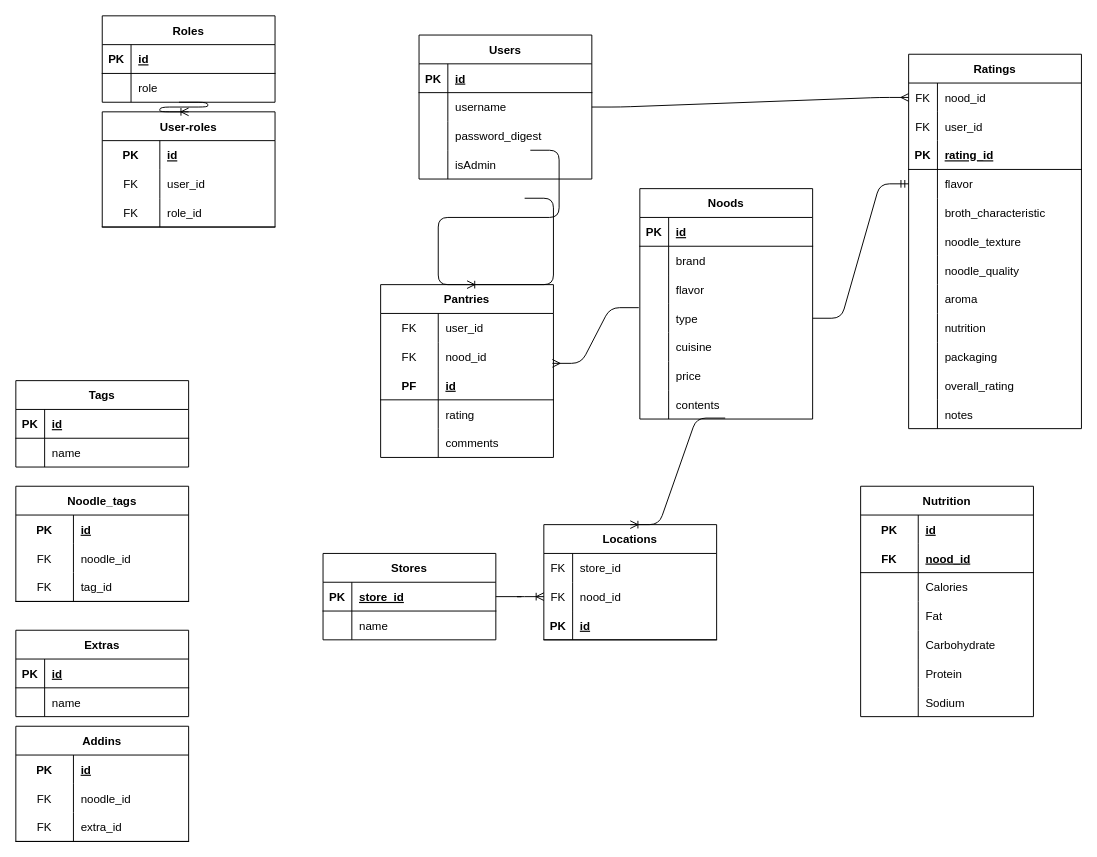
LorenaCueva/TastyNoods keeps this draw.io diagram as ERD.drawio. Above is the earlier version. Source tidied: cells renumbered, new cells numbered last; positions are measured from the earlier drawing's top-left corner, leaving out a move shared by most shapes. Both pictures are drawn from the tidied source at 96%, with x=0, y=0 at pixel (15, 15).
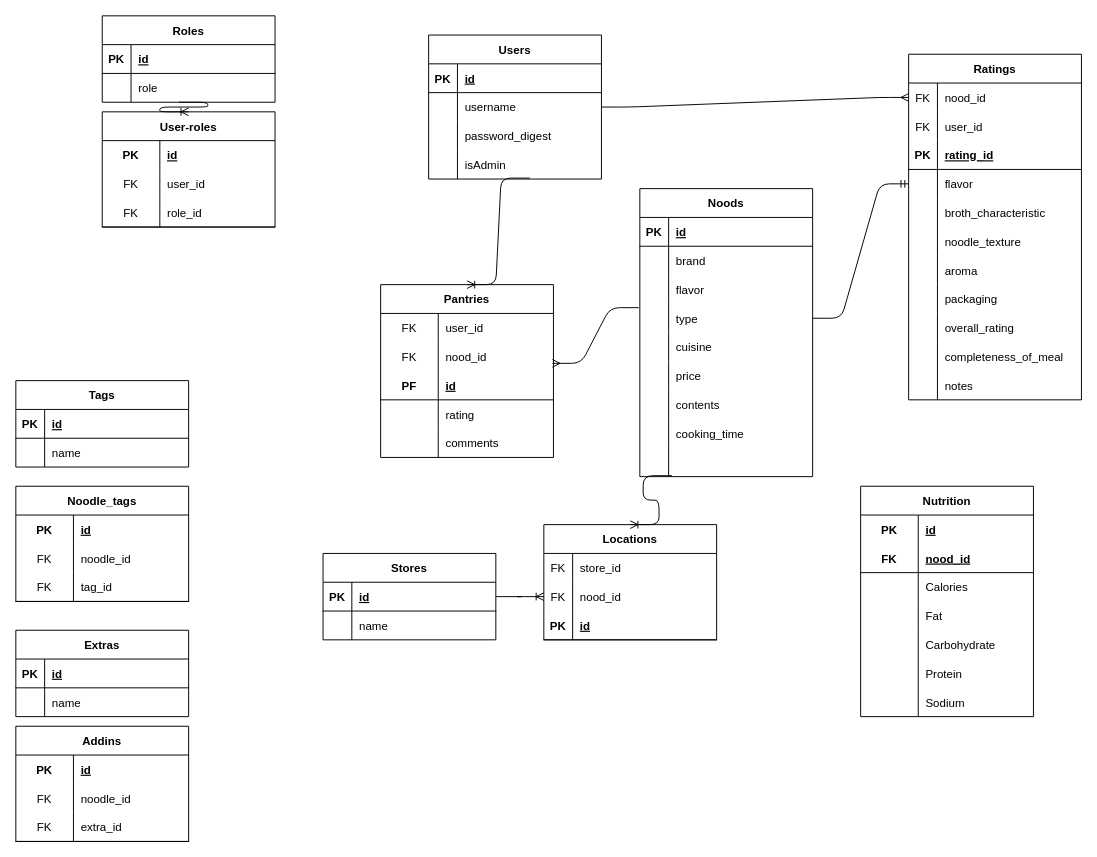
The same page after the edit.

The change refers to these unchanged cells:
```xml
<mxCell id="9" style="shape=tableRow;horizontal=0;startSize=0;swimlaneHead=0;swimlaneBody=0;fillColor=none;points=[[0,0.5],[1,0.5]];portConstraint=eastwest;top=0;left=0;right=0;bottom=0;" parent="2" vertex="1">
  <mxGeometry y="90" width="180" height="30" as="geometry" />
</mxCell>
<mxCell id="12" style="shape=tableRow;horizontal=0;startSize=0;swimlaneHead=0;swimlaneBody=0;fillColor=none;points=[[0,0.5],[1,0.5]];portConstraint=eastwest;top=0;left=0;right=0;bottom=0;" parent="2" vertex="1">
  <mxGeometry y="120" width="180" height="30" as="geometry" />
</mxCell>
<mxCell id="34" style="shape=tableRow;horizontal=0;startSize=0;swimlaneHead=0;swimlaneBody=0;fillColor=none;points=[[0,0.5],[1,0.5]];portConstraint=eastwest;top=0;left=0;right=0;bottom=0;" parent="15" vertex="1">
  <mxGeometry y="210" width="180" height="30" as="geometry" />
</mxCell>
<mxCell id="75" style="shape=tableRow;horizontal=0;startSize=0;swimlaneHead=0;swimlaneBody=0;fillColor=none;points=[[0,0.5],[1,0.5]];portConstraint=eastwest;top=0;left=0;right=0;bottom=1;" parent="74" vertex="1">
  <mxGeometry y="30" width="180" height="30" as="geometry" />
</mxCell>
<mxCell id="81" value="Locations" style="shape=table;startSize=30;childLayout=tableLayout;rowLines=0;fontStyle=1;align=center;" parent="1" vertex="1">
  <mxGeometry x="550" y="530" width="180" height="120" as="geometry" />
</mxCell>
<mxCell id="91" value="Pantries" style="shape=table;startSize=30;childLayout=tableLayout;rowLines=0;fontStyle=1;align=center;" parent="1" vertex="1">
  <mxGeometry x="380" y="280" width="180" height="180" as="geometry" />
</mxCell>
```

The edit, as a diff of the source:
```diff
@@
     <mxCell id="2" value="Users" style="shape=table;startSize=30;childLayout=tableLayout;rowLines=0;fontStyle=1;align=center;" parent="1" vertex="1">
-      <mxGeometry x="420" y="20" width="180" height="150" as="geometry" />
+      <mxGeometry x="430" y="20" width="180" height="150" as="geometry" />
     </mxCell>
@@
     <mxCell id="15" value="Noods" style="shape=table;startSize=30;childLayout=tableLayout;rowLines=0;fontStyle=1;align=center;" parent="1" vertex="1">
-      <mxGeometry x="650" y="180" width="180" height="240" as="geometry" />
+      <mxGeometry x="650" y="180" width="180" height="300" as="geometry" />
     </mxCell>
@@
+    <mxCell id="190" style="shape=tableRow;horizontal=0;startSize=0;swimlaneHead=0;swimlaneBody=0;fillColor=none;top=0;left=0;right=0;bottom=0;" parent="15" vertex="1">
+      <mxGeometry y="240" width="180" height="30" as="geometry" />
+    </mxCell>
+    <mxCell id="191" style="shape=partialRectangle;fillColor=none;top=0;left=0;bottom=0;right=0;overflow=hidden;" parent="190" vertex="1">
+      <mxGeometry width="30" height="30" as="geometry" />
+    </mxCell>
+    <mxCell id="192" value="cooking_time" style="shape=partialRectangle;fillColor=none;top=0;left=0;bottom=0;right=0;align=left;spacingLeft=6;overflow=hidden;" parent="190" vertex="1">
+      <mxGeometry x="30" width="150" height="30" as="geometry" />
+    </mxCell>
+    <mxCell id="62" style="shape=tableRow;horizontal=0;startSize=0;swimlaneHead=0;swimlaneBody=0;fillColor=none;points=[[0,0.5],[1,0.5]];portConstraint=eastwest;top=0;left=0;right=0;bottom=0;" parent="15" vertex="1">
+      <mxGeometry y="270" width="180" height="30" as="geometry" />
+    </mxCell>
+    <mxCell id="193" style="shape=partialRectangle;fillColor=none;top=0;left=0;bottom=0;right=0;overflow=hidden;" parent="62" vertex="1">
+      <mxGeometry width="30" height="30" as="geometry" />
+    </mxCell>
+    <mxCell id="194" style="shape=partialRectangle;fillColor=none;top=0;left=0;bottom=0;right=0;align=left;spacingLeft=6;overflow=hidden;" parent="62" vertex="1">
+      <mxGeometry x="30" width="150" height="30" as="geometry" />
+    </mxCell>
     <mxCell id="37" value="Ratings" style="shape=table;startSize=30;childLayout=tableLayout;rowLines=0;fontStyle=1;align=center;" parent="1" vertex="1">
-      <mxGeometry x="930" y="40" width="180" height="390" as="geometry" />
+      <mxGeometry x="930" y="40" width="180" height="360" as="geometry" />
     </mxCell>
@@
-    <mxCell id="56" style="shape=tableRow;horizontal=0;startSize=0;swimlaneHead=0;swimlaneBody=0;fillColor=none;top=0;left=0;right=0;bottom=0;" parent="37" vertex="1">
-      <mxGeometry y="210" width="180" height="30" as="geometry" />
-    </mxCell>
-    <mxCell id="57" style="shape=partialRectangle;fillColor=none;top=0;left=0;bottom=0;right=0;overflow=hidden;" parent="56" vertex="1">
-      <mxGeometry width="30" height="30" as="geometry" />
-    </mxCell>
-    <mxCell id="58" value="noodle_quality" style="shape=partialRectangle;fillColor=none;top=0;left=0;bottom=0;right=0;align=left;spacingLeft=6;overflow=hidden;" parent="56" vertex="1">
-      <mxGeometry x="30" width="150" height="30" as="geometry" />
-    </mxCell>
     <mxCell id="59" style="shape=tableRow;horizontal=0;startSize=0;swimlaneHead=0;swimlaneBody=0;fillColor=none;top=0;left=0;right=0;bottom=0;" parent="37" vertex="1">
-      <mxGeometry y="240" width="180" height="30" as="geometry" />
+      <mxGeometry y="210" width="180" height="30" as="geometry" />
     </mxCell>
@@
-    <mxCell id="62" style="shape=tableRow;horizontal=0;startSize=0;swimlaneHead=0;swimlaneBody=0;fillColor=none;points=[[0,0.5],[1,0.5]];portConstraint=eastwest;top=0;left=0;right=0;bottom=0;" parent="37" vertex="1">
-      <mxGeometry y="270" width="180" height="30" as="geometry" />
-    </mxCell>
-    <mxCell id="63" style="shape=partialRectangle;fillColor=none;top=0;left=0;bottom=0;right=0;overflow=hidden;" parent="62" vertex="1">
-      <mxGeometry width="30" height="30" as="geometry" />
-    </mxCell>
-    <mxCell id="64" value="nutrition" style="shape=partialRectangle;fillColor=none;top=0;left=0;bottom=0;right=0;align=left;spacingLeft=6;overflow=hidden;" parent="62" vertex="1">
-      <mxGeometry x="30" width="150" height="30" as="geometry" />
-    </mxCell>
     <mxCell id="65" style="shape=tableRow;horizontal=0;startSize=0;swimlaneHead=0;swimlaneBody=0;fillColor=none;top=0;left=0;right=0;bottom=0;" parent="37" vertex="1">
-      <mxGeometry y="300" width="180" height="30" as="geometry" />
+      <mxGeometry y="240" width="180" height="30" as="geometry" />
     </mxCell>
@@
     <mxCell id="68" style="shape=tableRow;horizontal=0;startSize=0;swimlaneHead=0;swimlaneBody=0;fillColor=none;top=0;left=0;right=0;bottom=0;" parent="37" vertex="1">
-      <mxGeometry y="330" width="180" height="30" as="geometry" />
+      <mxGeometry y="270" width="180" height="30" as="geometry" />
     </mxCell>
@@
+    <mxCell id="195" style="shape=tableRow;horizontal=0;startSize=0;swimlaneHead=0;swimlaneBody=0;fillColor=none;top=0;left=0;right=0;bottom=0;" parent="37" vertex="1">
+      <mxGeometry y="300" width="180" height="30" as="geometry" />
+    </mxCell>
+    <mxCell id="196" style="shape=partialRectangle;fillColor=none;top=0;left=0;bottom=0;right=0;overflow=hidden;" parent="195" vertex="1">
+      <mxGeometry width="30" height="30" as="geometry" />
+    </mxCell>
+    <mxCell id="197" value="completeness_of_meal" style="shape=partialRectangle;fillColor=none;top=0;left=0;bottom=0;right=0;align=left;spacingLeft=6;overflow=hidden;" parent="195" vertex="1">
+      <mxGeometry x="30" width="150" height="30" as="geometry" />
+    </mxCell>
     <mxCell id="71" style="shape=tableRow;horizontal=0;startSize=0;swimlaneHead=0;swimlaneBody=0;fillColor=none;top=0;left=0;right=0;bottom=0;" parent="37" vertex="1">
-      <mxGeometry y="360" width="180" height="30" as="geometry" />
+      <mxGeometry y="330" width="180" height="30" as="geometry" />
     </mxCell>
@@
-    <mxCell id="77" value="store_id" style="shape=partialRectangle;fillColor=none;top=0;left=0;bottom=0;right=0;align=left;spacingLeft=6;fontStyle=5;overflow=hidden;" parent="75" vertex="1">
+    <mxCell id="77" value="id" style="shape=partialRectangle;fillColor=none;top=0;left=0;bottom=0;right=0;align=left;spacingLeft=6;fontStyle=5;overflow=hidden;" parent="75" vertex="1">
       <mxGeometry x="30" width="150" height="30" as="geometry" />
     </mxCell>
@@
-    <mxCell id="125" style="edgeStyle=entityRelationEdgeStyle;fontSize=12;html=1;endArrow=ERoneToMany;exitX=0.644;exitY=1;exitDx=0;exitDy=0;exitPerimeter=0;entryX=0.5;entryY=0;entryDx=0;entryDy=0;startArrow=none;" parent="1" edge="1" target="91">
-      <mxGeometry relative="1" as="geometry">
-        <mxPoint x="530" y="190" as="sourcePoint" />
-      </mxGeometry>
+    <mxCell id="125" style="edgeStyle=entityRelationEdgeStyle;fontSize=12;html=1;endArrow=ERoneToMany;exitX=0.586;exitY=0.967;exitDx=0;exitDy=0;exitPerimeter=0;entryX=0.5;entryY=0;entryDx=0;entryDy=0;startArrow=none;" parent="1" edge="1" source="12" target="91">
+      <mxGeometry relative="1" as="geometry" />
     </mxCell>
@@
-    <mxCell id="127" style="edgeStyle=entityRelationEdgeStyle;fontSize=12;html=1;endArrow=ERoneToMany;entryX=0.5;entryY=0;entryDx=0;entryDy=0;exitX=0.494;exitY=0.967;exitDx=0;exitDy=0;exitPerimeter=0;" parent="1" edge="1" source="34" target="81">
+    <mxCell id="127" style="edgeStyle=entityRelationEdgeStyle;fontSize=12;html=1;endArrow=ERoneToMany;entryX=0.5;entryY=0;entryDx=0;entryDy=0;exitX=0.186;exitY=0.967;exitDx=0;exitDy=0;exitPerimeter=0;" parent="1" edge="1" source="62" target="81">
       <mxGeometry relative="1" as="geometry" />
     </mxCell>
@@
-    <mxCell id="189" style="edgeStyle=entityRelationEdgeStyle;fontSize=12;html=1;endArrow=none;exitX=0.644;exitY=1;exitDx=0;exitDy=0;exitPerimeter=0;entryX=0.5;entryY=0;entryDx=0;entryDy=0;" parent="1" edge="1" source="9">
-      <mxGeometry relative="1" as="geometry">
-        <mxPoint x="470" y="280" as="targetPoint" />
-      </mxGeometry>
-    </mxCell>
```
